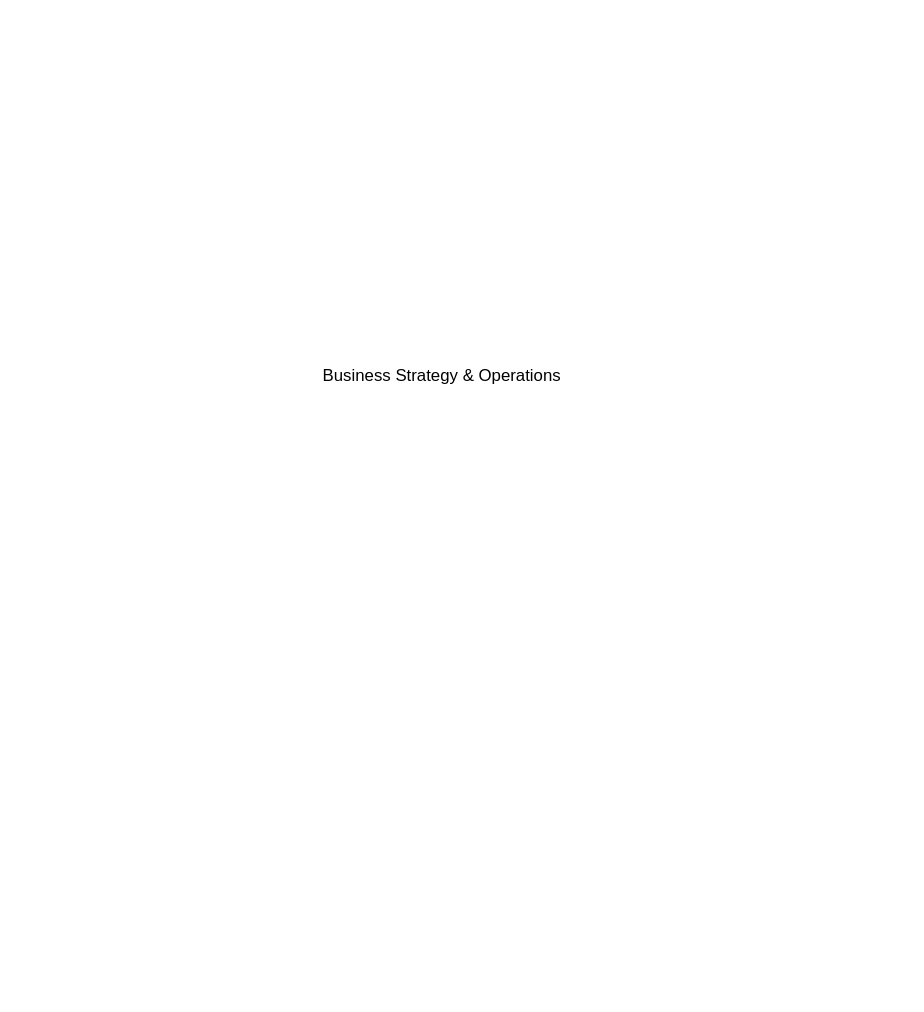
letrthong/business keeps this draw.io diagram as page "Business-Strategy" (4 of 8) of 04_docs/Department_Organizational_chart.drawio. Above is the earlier version. Source tidied: cells renumbered, new cells numbered last; positions are measured from the earlier drawing's top-left corner, leaving out a move shared by most shapes. Both pictures are drawn from the tidied source at 84%, with x=0, y=0 at pixel (321, 359).
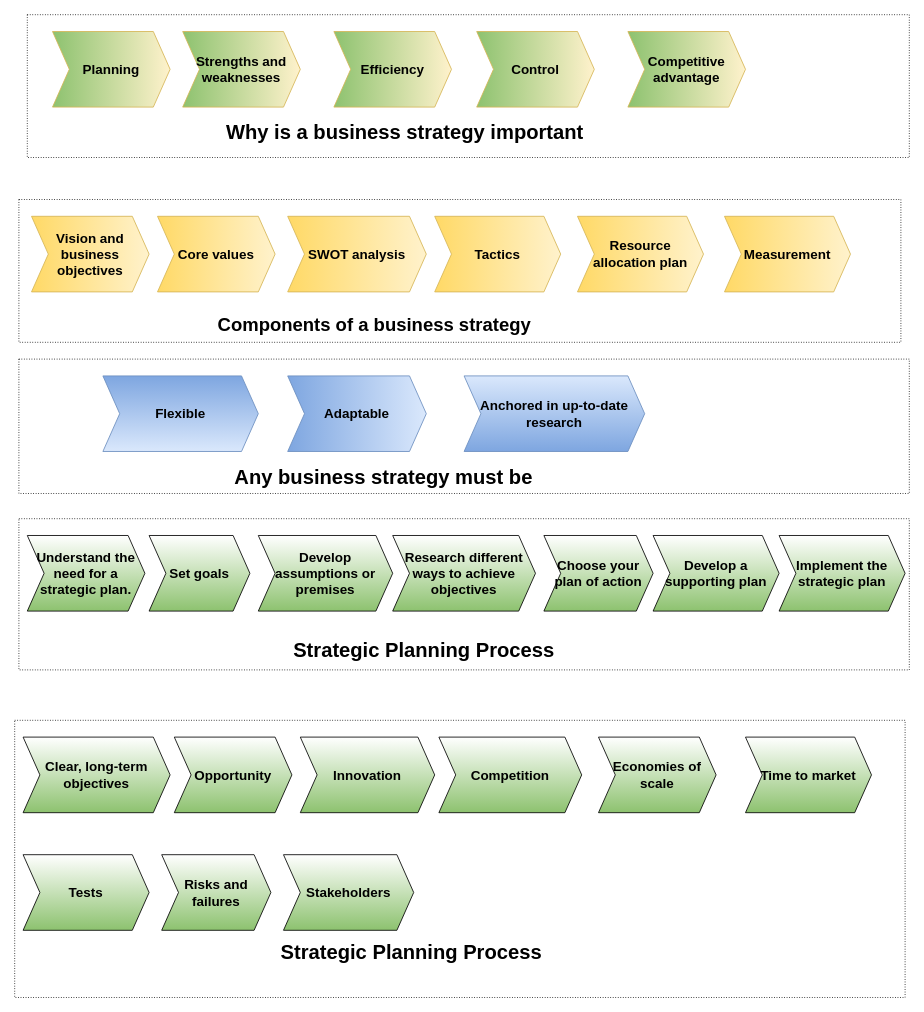
The same page after the edit.

Diff of the diagram source:
```diff
@@
-    <mxCell id="2" value="&lt;span style=&quot;font-size: 15pt ; font-family: &amp;#34;arial&amp;#34; , sans-serif&quot;&gt;Business Strategy &amp;amp; Operations&lt;/span&gt;" style="text;whiteSpace=wrap;html=1;" parent="1" vertex="1">
-      <mxGeometry width="310" height="30" as="geometry" />
-    </mxCell>
+    <mxCell id="3" style="rounded=0;whiteSpace=wrap;html=1;shadow=0;dashed=1;dashPattern=1 2;sketch=0;" parent="1" vertex="1">
+      <mxGeometry x="-350" y="-410" width="1050" height="170" as="geometry" />
+    </mxCell>
+    <mxCell id="4" style="rounded=0;whiteSpace=wrap;html=1;shadow=0;dashed=1;dashPattern=1 2;sketch=0;" parent="1" vertex="1">
+      <mxGeometry x="-360" y="-190" width="1050" height="170" as="geometry" />
+    </mxCell>
+    <mxCell id="5" style="rounded=0;whiteSpace=wrap;html=1;shadow=0;dashed=1;dashPattern=1 2;sketch=0;" parent="1" vertex="1">
+      <mxGeometry x="-360" y="190" width="1060" height="180" as="geometry" />
+    </mxCell>
+    <mxCell id="6" style="rounded=0;whiteSpace=wrap;html=1;shadow=0;dashed=1;dashPattern=1 2;sketch=0;" parent="1" vertex="1">
+      <mxGeometry x="-360" width="1060" height="160" as="geometry" />
+    </mxCell>
+    <mxCell id="7" value="&lt;h1 class=&quot;css-18e0uf1 e1tiznh50&quot;&gt;Strategic Planning Process&lt;/h1&gt;" style="text;whiteSpace=wrap;html=1;" parent="1" vertex="1">
+      <mxGeometry x="-35" y="310" width="340" height="60" as="geometry" />
+    </mxCell>
+    <mxCell id="8" value="&lt;b&gt;&lt;font style=&quot;font-size: 16px&quot;&gt;Understand the need for a strategic plan.&lt;/font&gt;&lt;/b&gt;" style="shape=step;perimeter=stepPerimeter;whiteSpace=wrap;html=1;fixedSize=1;gradientColor=#8DC26F;" parent="1" vertex="1">
+      <mxGeometry x="-350" y="210" width="140" height="90" as="geometry" />
+    </mxCell>
+    <mxCell id="9" value="&lt;font size=&quot;1&quot;&gt;&lt;b style=&quot;font-size: 16px&quot;&gt;Set goals&lt;/b&gt;&lt;/font&gt;" style="shape=step;perimeter=stepPerimeter;whiteSpace=wrap;html=1;fixedSize=1;gradientColor=#8DC26F;" parent="1" vertex="1">
+      <mxGeometry x="-205" y="210" width="120" height="90" as="geometry" />
+    </mxCell>
+    <mxCell id="10" value="&lt;font style=&quot;font-size: 16px&quot;&gt;&lt;b&gt;Develop assumptions or premises&lt;/b&gt;&lt;/font&gt;" style="shape=step;perimeter=stepPerimeter;whiteSpace=wrap;html=1;fixedSize=1;gradientColor=#8DC26F;" parent="1" vertex="1">
+      <mxGeometry x="-75" y="210" width="160" height="90" as="geometry" />
+    </mxCell>
+    <mxCell id="11" value="&lt;span style=&quot;font-size: 16px&quot;&gt;&lt;b&gt;Research different ways to achieve objectives&lt;/b&gt;&lt;/span&gt;" style="shape=step;perimeter=stepPerimeter;whiteSpace=wrap;html=1;fixedSize=1;gradientColor=#8DC26F;" parent="1" vertex="1">
+      <mxGeometry x="85" y="210" width="170" height="90" as="geometry" />
+    </mxCell>
+    <mxCell id="12" value="&lt;span style=&quot;font-size: 16px&quot;&gt;&lt;b&gt;Choose your plan of action&lt;/b&gt;&lt;/span&gt;" style="shape=step;perimeter=stepPerimeter;whiteSpace=wrap;html=1;fixedSize=1;gradientColor=#8DC26F;" parent="1" vertex="1">
+      <mxGeometry x="265" y="210" width="130" height="90" as="geometry" />
+    </mxCell>
+    <mxCell id="13" value="&lt;span style=&quot;font-size: 16px&quot;&gt;&lt;b&gt;Develop a supporting plan&lt;/b&gt;&lt;/span&gt;" style="shape=step;perimeter=stepPerimeter;whiteSpace=wrap;html=1;fixedSize=1;gradientColor=#8DC26F;" parent="1" vertex="1">
+      <mxGeometry x="395" y="210" width="150" height="90" as="geometry" />
+    </mxCell>
+    <mxCell id="14" value="&lt;span style=&quot;font-size: 16px&quot;&gt;&lt;b&gt;Implement the strategic plan&lt;/b&gt;&lt;/span&gt;" style="shape=step;perimeter=stepPerimeter;whiteSpace=wrap;html=1;fixedSize=1;gradientColor=#8DC26F;" parent="1" vertex="1">
+      <mxGeometry x="545" y="210" width="150" height="90" as="geometry" />
+    </mxCell>
+    <mxCell id="15" value="&lt;font style=&quot;font-size: 22px&quot;&gt;&lt;b&gt;Components of a business strategy&lt;/b&gt;&lt;/font&gt;" style="text;whiteSpace=wrap;html=1;" parent="1" vertex="1">
+      <mxGeometry x="-125" y="-60" width="490" height="50" as="geometry" />
+    </mxCell>
+    <mxCell id="16" value="&lt;span style=&quot;font-size: 16px&quot;&gt;&lt;b&gt;Vision and business objectives&lt;/b&gt;&lt;/span&gt;" style="shape=step;perimeter=stepPerimeter;whiteSpace=wrap;html=1;fixedSize=1;fillColor=#fff2cc;strokeColor=#d6b656;gradientColor=#ffd966;gradientDirection=west;" parent="1" vertex="1">
+      <mxGeometry x="-345" y="-170" width="140" height="90" as="geometry" />
+    </mxCell>
+    <mxCell id="17" value="&lt;span style=&quot;font-size: 16px&quot;&gt;&lt;b&gt;Core values&lt;/b&gt;&lt;/span&gt;" style="shape=step;perimeter=stepPerimeter;whiteSpace=wrap;html=1;fixedSize=1;fillColor=#fff2cc;strokeColor=#d6b656;gradientColor=#ffd966;gradientDirection=west;" parent="1" vertex="1">
+      <mxGeometry x="-195" y="-170" width="140" height="90" as="geometry" />
+    </mxCell>
+    <mxCell id="18" value="&lt;span style=&quot;font-size: 16px&quot;&gt;&lt;b&gt;Tactics&lt;/b&gt;&lt;/span&gt;" style="shape=step;perimeter=stepPerimeter;whiteSpace=wrap;html=1;fixedSize=1;fillColor=#fff2cc;strokeColor=#d6b656;gradientColor=#ffd966;gradientDirection=west;" parent="1" vertex="1">
+      <mxGeometry x="135" y="-170" width="150" height="90" as="geometry" />
+    </mxCell>
+    <mxCell id="19" value="&lt;span style=&quot;font-size: 16px&quot;&gt;&lt;b&gt;Resource allocation plan&lt;/b&gt;&lt;/span&gt;" style="shape=step;perimeter=stepPerimeter;whiteSpace=wrap;html=1;fixedSize=1;fillColor=#fff2cc;strokeColor=#d6b656;gradientColor=#ffd966;gradientDirection=west;" parent="1" vertex="1">
+      <mxGeometry x="305" y="-170" width="150" height="90" as="geometry" />
+    </mxCell>
+    <mxCell id="20" value="&lt;span style=&quot;font-size: 16px&quot;&gt;&lt;b&gt;Measurement&lt;/b&gt;&lt;/span&gt;" style="shape=step;perimeter=stepPerimeter;whiteSpace=wrap;html=1;fixedSize=1;fillColor=#fff2cc;strokeColor=#d6b656;gradientColor=#ffd966;gradientDirection=west;" parent="1" vertex="1">
+      <mxGeometry x="480" y="-170" width="150" height="90" as="geometry" />
+    </mxCell>
+    <mxCell id="21" value="&lt;font style=&quot;font-size: 24px&quot;&gt;&lt;b&gt;Why is a business strategy important&lt;/b&gt;&lt;/font&gt;" style="text;whiteSpace=wrap;html=1;" parent="1" vertex="1">
+      <mxGeometry x="-115" y="-290" width="480" height="50" as="geometry" />
+    </mxCell>
+    <mxCell id="22" value="&lt;span style=&quot;font-size: 16px&quot;&gt;&lt;b&gt;Planning&lt;/b&gt;&lt;/span&gt;" style="shape=step;perimeter=stepPerimeter;whiteSpace=wrap;html=1;fixedSize=1;fillColor=#fff2cc;strokeColor=#d6b656;gradientDirection=west;gradientColor=#8DC26F;" parent="1" vertex="1">
+      <mxGeometry x="-320" y="-390" width="140" height="90" as="geometry" />
+    </mxCell>
+    <mxCell id="23" value="&lt;span style=&quot;font-size: 16px&quot;&gt;&lt;b&gt;Strengths and weaknesses&lt;/b&gt;&lt;/span&gt;" style="shape=step;perimeter=stepPerimeter;whiteSpace=wrap;html=1;fixedSize=1;fillColor=#fff2cc;strokeColor=#d6b656;gradientDirection=west;gradientColor=#8DC26F;" parent="1" vertex="1">
+      <mxGeometry x="-165" y="-390" width="140" height="90" as="geometry" />
+    </mxCell>
+    <mxCell id="24" value="&lt;span style=&quot;font-size: 16px&quot;&gt;&lt;b&gt;Efficiency&lt;/b&gt;&lt;/span&gt;" style="shape=step;perimeter=stepPerimeter;whiteSpace=wrap;html=1;fixedSize=1;fillColor=#fff2cc;strokeColor=#d6b656;gradientDirection=west;gradientColor=#8DC26F;" parent="1" vertex="1">
+      <mxGeometry x="15" y="-390" width="140" height="90" as="geometry" />
+    </mxCell>
+    <mxCell id="25" value="&lt;span style=&quot;font-size: 16px&quot;&gt;&lt;b&gt;Control&lt;/b&gt;&lt;/span&gt;" style="shape=step;perimeter=stepPerimeter;whiteSpace=wrap;html=1;fixedSize=1;fillColor=#fff2cc;strokeColor=#d6b656;gradientDirection=west;gradientColor=#8DC26F;" parent="1" vertex="1">
+      <mxGeometry x="185" y="-390" width="140" height="90" as="geometry" />
+    </mxCell>
+    <mxCell id="26" value="&lt;span style=&quot;font-size: 16px&quot;&gt;&lt;b&gt;Competitive advantage&lt;/b&gt;&lt;/span&gt;" style="shape=step;perimeter=stepPerimeter;whiteSpace=wrap;html=1;fixedSize=1;fillColor=#fff2cc;strokeColor=#d6b656;gradientDirection=west;gradientColor=#8DC26F;" parent="1" vertex="1">
+      <mxGeometry x="365" y="-390" width="140" height="90" as="geometry" />
+    </mxCell>
+    <mxCell id="27" value="&lt;span style=&quot;font-size: 16px&quot;&gt;&lt;b&gt;Flexible&lt;/b&gt;&lt;/span&gt;" style="shape=step;perimeter=stepPerimeter;whiteSpace=wrap;html=1;fixedSize=1;fillColor=#dae8fc;strokeColor=#6c8ebf;gradientDirection=north;gradientColor=#7ea6e0;" parent="1" vertex="1">
+      <mxGeometry x="-260" y="20" width="185" height="90" as="geometry" />
+    </mxCell>
+    <mxCell id="28" value="&lt;b&gt;&lt;font style=&quot;font-size: 24px&quot;&gt;Any business strategy must be&lt;/font&gt;&lt;/b&gt;" style="text;whiteSpace=wrap;html=1;" parent="1" vertex="1">
+      <mxGeometry x="-105" y="120" width="430" height="40" as="geometry" />
+    </mxCell>
+    <mxCell id="29" value="&lt;span style=&quot;font-size: 16px&quot;&gt;&lt;b&gt;Adaptable&lt;/b&gt;&lt;/span&gt;" style="shape=step;perimeter=stepPerimeter;whiteSpace=wrap;html=1;fixedSize=1;fillColor=#dae8fc;strokeColor=#6c8ebf;gradientDirection=west;gradientColor=#7ea6e0;" parent="1" vertex="1">
+      <mxGeometry x="-40" y="20" width="165" height="90" as="geometry" />
+    </mxCell>
+    <mxCell id="30" value="&lt;span style=&quot;font-size: 16px&quot;&gt;&lt;b&gt;Anchored in up-to-date research&lt;/b&gt;&lt;/span&gt;" style="shape=step;perimeter=stepPerimeter;whiteSpace=wrap;html=1;fixedSize=1;fillColor=#dae8fc;strokeColor=#6c8ebf;gradientDirection=south;gradientColor=#7ea6e0;" parent="1" vertex="1">
+      <mxGeometry x="170" y="20" width="215" height="90" as="geometry" />
+    </mxCell>
+    <mxCell id="31" value="&lt;b style=&quot;font-size: 16px&quot;&gt;SWOT analysis&lt;/b&gt;" style="shape=step;perimeter=stepPerimeter;whiteSpace=wrap;html=1;fixedSize=1;fillColor=#fff2cc;strokeColor=#d6b656;gradientColor=#ffd966;gradientDirection=west;" parent="1" vertex="1">
+      <mxGeometry x="-40" y="-170" width="165" height="90" as="geometry" />
+    </mxCell>
+    <mxCell id="32" style="rounded=0;whiteSpace=wrap;html=1;shadow=0;dashed=1;dashPattern=1 2;sketch=0;" parent="1" vertex="1">
+      <mxGeometry x="-365" y="430" width="1060" height="330" as="geometry" />
+    </mxCell>
+    <mxCell id="33" value="&lt;h1 class=&quot;css-18e0uf1 e1tiznh50&quot;&gt;Strategic Planning Process&lt;/h1&gt;" style="text;whiteSpace=wrap;html=1;" parent="1" vertex="1">
+      <mxGeometry x="-50" y="670" width="340" height="60" as="geometry" />
+    </mxCell>
+    <mxCell id="34" value="&lt;span style=&quot;font-size: 16px&quot;&gt;&lt;b&gt;Clear, long-term objectives&lt;/b&gt;&lt;/span&gt;" style="shape=step;perimeter=stepPerimeter;whiteSpace=wrap;html=1;fixedSize=1;gradientColor=#8DC26F;" parent="1" vertex="1">
+      <mxGeometry x="-355" y="450" width="175" height="90" as="geometry" />
+    </mxCell>
+    <mxCell id="35" value="&lt;span style=&quot;font-size: 16px&quot;&gt;&lt;b&gt;Opportunity&lt;/b&gt;&lt;/span&gt;" style="shape=step;perimeter=stepPerimeter;whiteSpace=wrap;html=1;fixedSize=1;gradientColor=#8DC26F;" parent="1" vertex="1">
+      <mxGeometry x="-175" y="450" width="140" height="90" as="geometry" />
+    </mxCell>
+    <mxCell id="36" value="&lt;span style=&quot;font-size: 16px&quot;&gt;&lt;b&gt;Innovation&lt;/b&gt;&lt;/span&gt;" style="shape=step;perimeter=stepPerimeter;whiteSpace=wrap;html=1;fixedSize=1;gradientColor=#8DC26F;" parent="1" vertex="1">
+      <mxGeometry x="-25" y="450" width="160" height="90" as="geometry" />
+    </mxCell>
+    <mxCell id="37" value="&lt;b style=&quot;font-size: 16px&quot;&gt;Competition&lt;/b&gt;" style="shape=step;perimeter=stepPerimeter;whiteSpace=wrap;html=1;fixedSize=1;gradientColor=#8DC26F;" parent="1" vertex="1">
+      <mxGeometry x="140" y="450" width="170" height="90" as="geometry" />
+    </mxCell>
+    <mxCell id="38" value="&lt;span style=&quot;font-size: 16px&quot;&gt;&lt;b&gt;Economies of scale&lt;/b&gt;&lt;/span&gt;" style="shape=step;perimeter=stepPerimeter;whiteSpace=wrap;html=1;fixedSize=1;gradientColor=#8DC26F;" parent="1" vertex="1">
+      <mxGeometry x="330" y="450" width="140" height="90" as="geometry" />
+    </mxCell>
+    <mxCell id="39" value="&lt;span style=&quot;font-size: 16px&quot;&gt;&lt;b&gt;Time to market&lt;/b&gt;&lt;/span&gt;" style="shape=step;perimeter=stepPerimeter;whiteSpace=wrap;html=1;fixedSize=1;gradientColor=#8DC26F;" parent="1" vertex="1">
+      <mxGeometry x="505" y="450" width="150" height="90" as="geometry" />
+    </mxCell>
+    <mxCell id="40" value="&lt;span style=&quot;font-size: 16px&quot;&gt;&lt;b&gt;Tests&lt;/b&gt;&lt;/span&gt;" style="shape=step;perimeter=stepPerimeter;whiteSpace=wrap;html=1;fixedSize=1;gradientColor=#8DC26F;" parent="1" vertex="1">
+      <mxGeometry x="-355" y="590" width="150" height="90" as="geometry" />
+    </mxCell>
+    <mxCell id="41" value="&lt;span style=&quot;font-size: 16px&quot;&gt;&lt;b&gt;Risks and failures&lt;/b&gt;&lt;/span&gt;" style="shape=step;perimeter=stepPerimeter;whiteSpace=wrap;html=1;fixedSize=1;gradientColor=#8DC26F;" parent="1" vertex="1">
+      <mxGeometry x="-190" y="590" width="130" height="90" as="geometry" />
+    </mxCell>
+    <mxCell id="42" value="&lt;span style=&quot;font-size: 16px&quot;&gt;&lt;b&gt;Stakeholders&lt;/b&gt;&lt;/span&gt;" style="shape=step;perimeter=stepPerimeter;whiteSpace=wrap;html=1;fixedSize=1;gradientColor=#8DC26F;" parent="1" vertex="1">
+      <mxGeometry x="-45" y="590" width="155" height="90" as="geometry" />
+    </mxCell>
```
